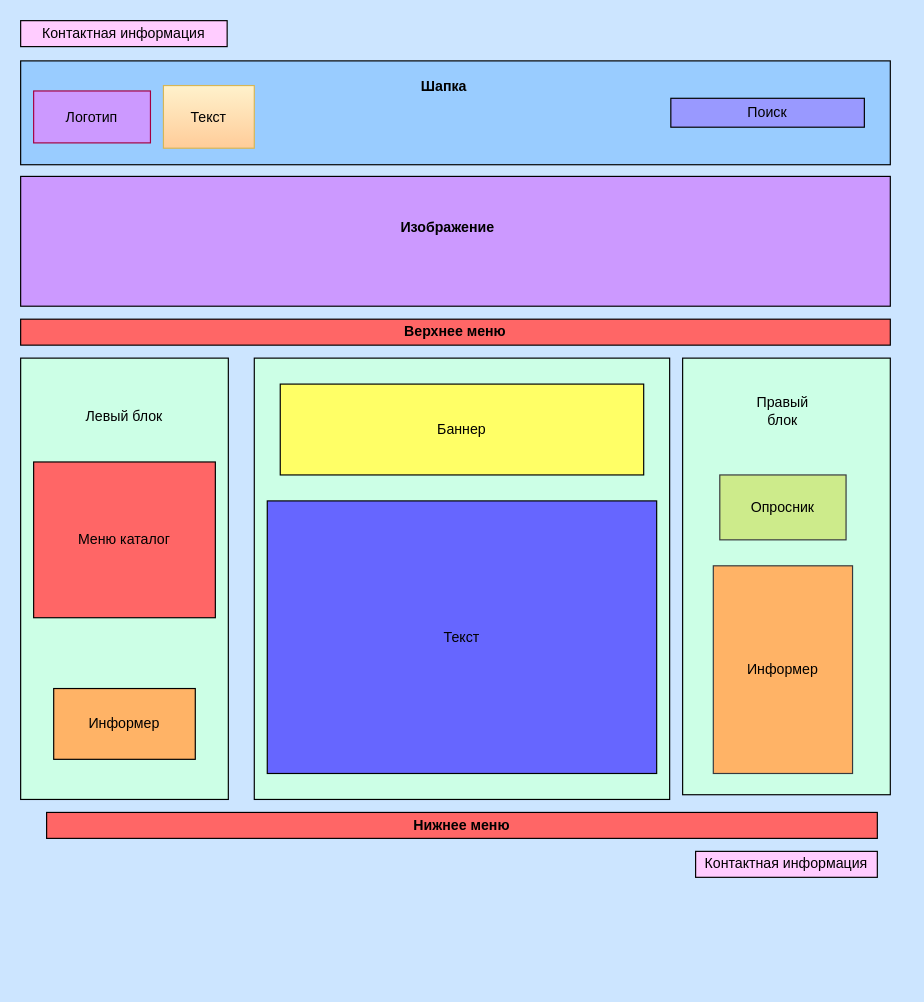
Before: Untitled Diagram.drawio in elenaprisacari/ppw, a draw.io diagram. Source tidied: cells renumbered, new cells numbered last; positions are measured from the earlier drawing's top-left corner, leaving out a move shared by most shapes. Both pictures are drawn from the tidied source at 118%, with x=0, y=0 at pixel (20, 20).
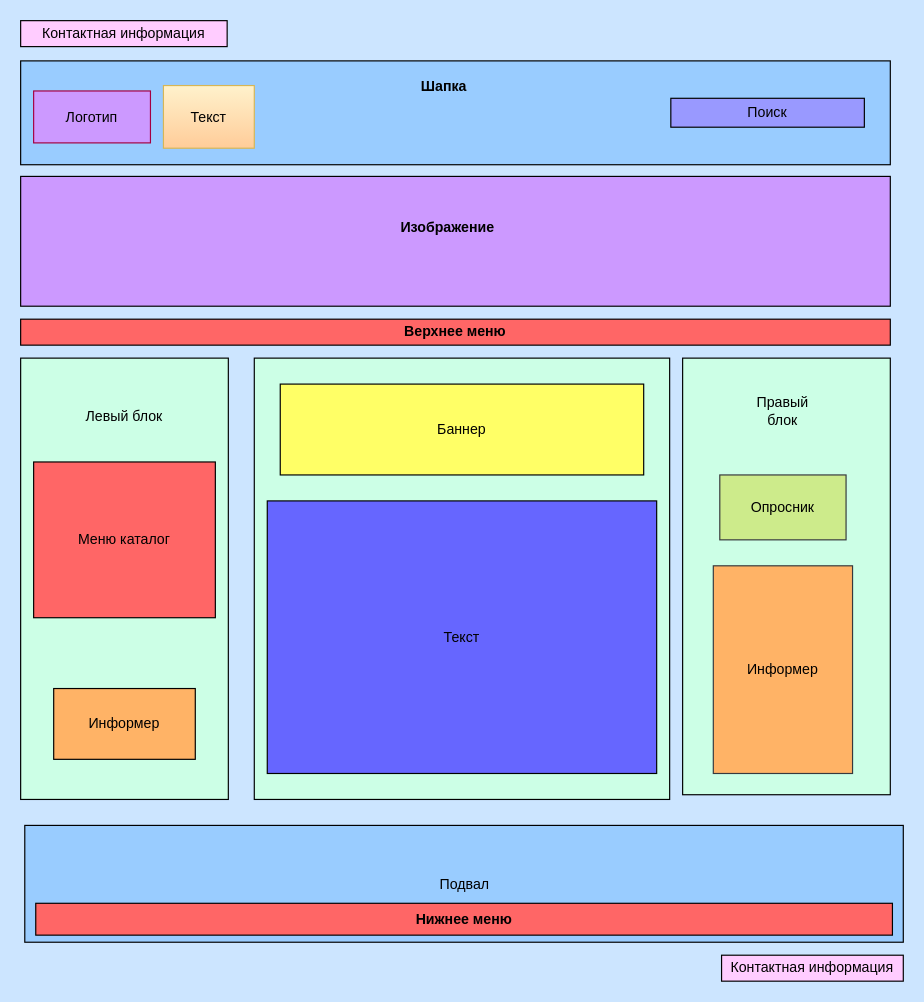
After the change.

Diff of the diagram source:
```diff
@@
     <mxCell id="5" value="Контактная информация" style="rounded=0;whiteSpace=wrap;html=1;fillColor=#FFCCFF;" parent="1" vertex="1">
-      <mxGeometry x="572" y="704" width="154" height="22" as="geometry" />
+      <mxGeometry x="594" y="792" width="154" height="22" as="geometry" />
     </mxCell>
@@
-    <mxCell id="14" value="&lt;b&gt;Нижнее меню&lt;/b&gt;" style="rounded=0;whiteSpace=wrap;html=1;fontColor=#000000;fillColor=#FF6666;" parent="1" vertex="1">
-      <mxGeometry x="22" y="671" width="704" height="22" as="geometry" />
-    </mxCell>
@@
+    <mxCell id="27" value="Подвал&lt;br&gt;" style="rounded=0;whiteSpace=wrap;html=1;fontColor=#000000;fillColor=#99CCFF;gradientColor=none;" parent="1" vertex="1">
+      <mxGeometry x="3.5" y="682" width="744.5" height="99" as="geometry" />
+    </mxCell>
+    <mxCell id="14" value="&lt;b&gt;Нижнее меню&lt;/b&gt;" style="rounded=0;whiteSpace=wrap;html=1;fontColor=#000000;fillColor=#FF6666;gradientColor=none;" parent="1" vertex="1">
+      <mxGeometry x="12.8" y="748" width="726" height="27" as="geometry" />
+    </mxCell>
```
